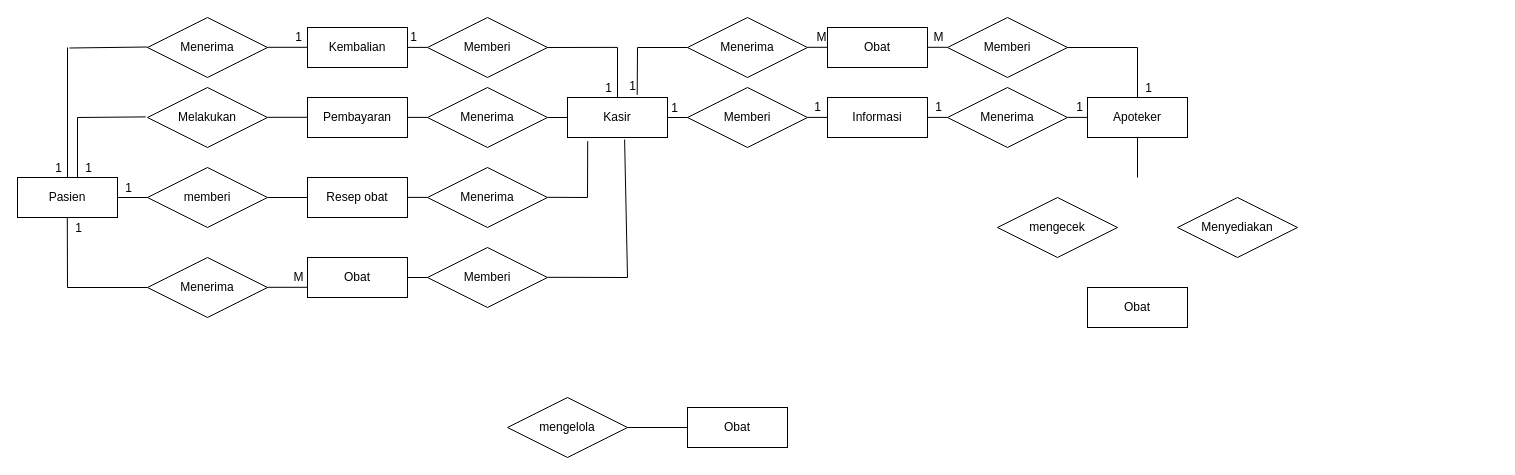
Hidayatmramon/entity-relationship-diagram keeps this draw.io diagram as apotek.drawio. Above is the earlier version. Source tidied: cells renumbered, new cells numbered last; positions are measured from the earlier drawing's top-left corner, leaving out a move shared by most shapes. Both pictures are drawn from the tidied source at 100%, with x=0, y=0 at pixel (17, 17).
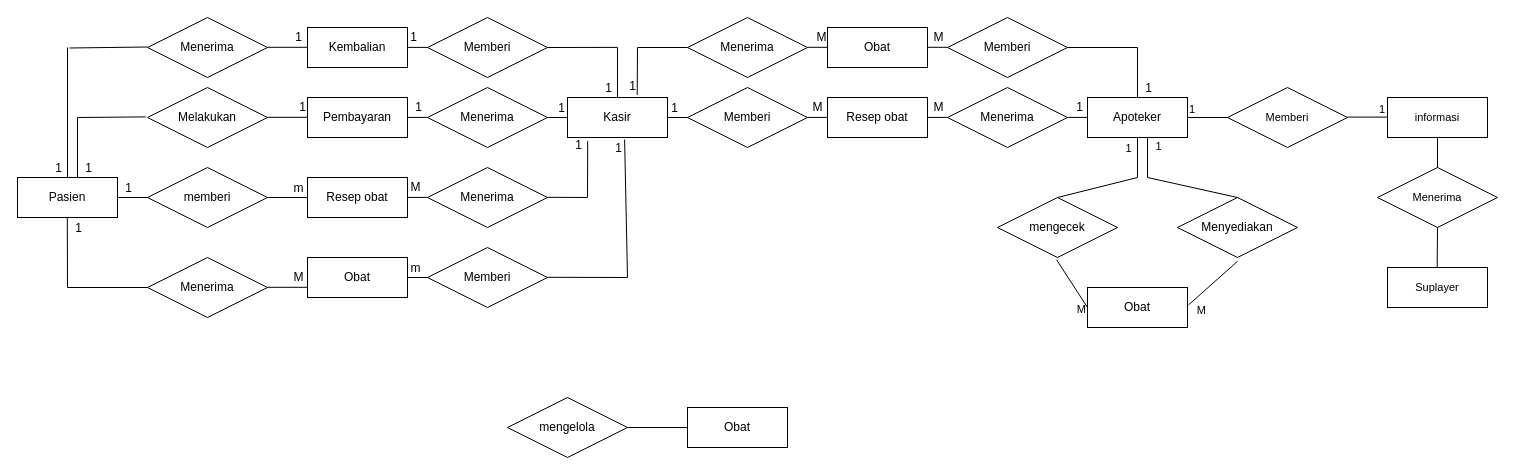
After the change.

The change refers to these unchanged cells:
```xml
<mxCell id="13" style="endArrow=none;html=1;rounded=0;exitX=1;exitY=0.5;exitDx=0;exitDy=0;entryX=0;entryY=0.5;entryDx=0;entryDy=0;" parent="1" edge="1" source="11" target="12">
  <mxGeometry relative="1" as="geometry" />
</mxCell>
<mxCell id="28" style="endArrow=none;html=1;rounded=0;exitX=1;exitY=0.5;exitDx=0;exitDy=0;entryX=0;entryY=0.5;entryDx=0;entryDy=0;" parent="1" edge="1" source="24" target="5">
  <mxGeometry relative="1" as="geometry" />
</mxCell>
<mxCell id="33" value="Apoteker" style="whiteSpace=wrap;html=1;align=center;" parent="1" vertex="1">
  <mxGeometry x="1070" y="80" width="100" height="40" as="geometry" />
</mxCell>
<mxCell id="34" value="mengecek" style="shape=rhombus;perimeter=rhombusPerimeter;whiteSpace=wrap;html=1;align=center;" parent="1" vertex="1">
  <mxGeometry x="980" y="180" width="120" height="60" as="geometry" />
</mxCell>
<mxCell id="35" value="Obat" style="whiteSpace=wrap;html=1;align=center;" parent="1" vertex="1">
  <mxGeometry x="1070" y="270" width="100" height="40" as="geometry" />
</mxCell>
<mxCell id="42" style="endArrow=none;html=1;rounded=0;exitX=1;exitY=0.5;exitDx=0;exitDy=0;entryX=0;entryY=0.5;entryDx=0;entryDy=0;" parent="1" edge="1">
  <mxGeometry relative="1" as="geometry">
    <mxPoint x="250" y="99.8" as="sourcePoint" />
    <mxPoint x="290" y="99.8" as="targetPoint" />
  </mxGeometry>
</mxCell>
<mxCell id="49" style="endArrow=none;html=1;rounded=0;" parent="1" edge="1">
  <mxGeometry relative="1" as="geometry">
    <mxPoint x="390" y="260" as="sourcePoint" />
    <mxPoint x="410" y="260" as="targetPoint" />
  </mxGeometry>
</mxCell>
<mxCell id="51" style="endArrow=none;html=1;rounded=0;" parent="1" edge="1">
  <mxGeometry relative="1" as="geometry">
    <mxPoint x="390" y="179.9" as="sourcePoint" />
    <mxPoint x="410" y="179.9" as="targetPoint" />
  </mxGeometry>
</mxCell>
<mxCell id="53" style="endArrow=none;html=1;rounded=0;" parent="1" edge="1">
  <mxGeometry relative="1" as="geometry">
    <mxPoint x="390" y="99.9" as="sourcePoint" />
    <mxPoint x="410" y="99.9" as="targetPoint" />
  </mxGeometry>
</mxCell>
<mxCell id="63" style="endArrow=none;html=1;rounded=0;entryX=0.571;entryY=1.051;entryDx=0;entryDy=0;entryPerimeter=0;" parent="1" edge="1" target="5">
  <mxGeometry relative="1" as="geometry">
    <mxPoint x="610" y="260" as="sourcePoint" />
  </mxGeometry>
</mxCell>
<mxCell id="74" style="endArrow=none;html=1;rounded=0;entryX=1;entryY=0.5;entryDx=0;entryDy=0;exitX=0;exitY=0.5;exitDx=0;exitDy=0;" parent="1" edge="1">
  <mxGeometry relative="1" as="geometry">
    <mxPoint x="810" y="99.9" as="sourcePoint" />
    <mxPoint x="790" y="99.9" as="targetPoint" />
  </mxGeometry>
</mxCell>
<mxCell id="77" style="endArrow=none;html=1;rounded=0;entryX=1;entryY=0.5;entryDx=0;entryDy=0;exitX=0;exitY=0.5;exitDx=0;exitDy=0;" parent="1" edge="1">
  <mxGeometry relative="1" as="geometry">
    <mxPoint x="930" y="99.9" as="sourcePoint" />
    <mxPoint x="910" y="99.9" as="targetPoint" />
  </mxGeometry>
</mxCell>
<mxCell id="94" value="Menyediakan" style="shape=rhombus;perimeter=rhombusPerimeter;whiteSpace=wrap;html=1;align=center;" parent="1" vertex="1">
  <mxGeometry x="1160" y="180" width="120" height="60" as="geometry" />
</mxCell>
<mxCell id="95" style="endArrow=none;html=1;rounded=0;exitX=0.5;exitY=1;exitDx=0;exitDy=0;" parent="1" edge="1" source="33">
  <mxGeometry relative="1" as="geometry">
    <mxPoint x="1120" y="160" as="targetPoint" />
  </mxGeometry>
</mxCell>
<mxCell id="101" style="endArrow=none;html=1;rounded=0;entryX=0.202;entryY=1.091;entryDx=0;entryDy=0;entryPerimeter=0;" parent="1" edge="1" target="5">
  <mxGeometry relative="1" as="geometry">
    <mxPoint x="570" y="180" as="sourcePoint" />
  </mxGeometry>
</mxCell>
```

What changed in the source:
```diff
@@
+    <mxCell id="111" value="m" style="edgeLabel;html=1;align=center;verticalAlign=middle;fontSize=12;fontFamily=Helvetica;fontColor=default;" parent="13" vertex="1">
+      <mxGeometry x="0.74" y="1" relative="1" as="geometry">
+        <mxPoint x="-5" y="-9" as="offset" />
+      </mxGeometry>
+    </mxCell>
@@
+    <mxCell id="112" value="1" style="edgeLabel;html=1;align=center;verticalAlign=middle;fontSize=12;fontFamily=Helvetica;fontColor=default;" parent="28" vertex="1">
+      <mxGeometry x="0.29" y="1" relative="1" as="geometry">
+        <mxPoint y="-9" as="offset" />
+      </mxGeometry>
+    </mxCell>
@@
-    <mxCell id="31" value="Informasi" style="whiteSpace=wrap;html=1;align=center;" parent="1" vertex="1">
+    <mxCell id="31" value="Resep obat" style="whiteSpace=wrap;html=1;align=center;" parent="1" vertex="1">
       <mxGeometry x="810" y="80" width="100" height="40" as="geometry" />
     </mxCell>
@@
+    <mxCell id="113" value="1" style="edgeLabel;html=1;align=center;verticalAlign=middle;fontSize=12;fontFamily=Helvetica;fontColor=default;" parent="42" vertex="1">
+      <mxGeometry x="0.69" y="-2" relative="1" as="geometry">
+        <mxPoint y="-12" as="offset" />
+      </mxGeometry>
+    </mxCell>
@@
+    <mxCell id="114" value="m" style="edgeLabel;html=1;align=center;verticalAlign=middle;fontSize=12;fontFamily=Helvetica;fontColor=default;" parent="49" vertex="1">
+      <mxGeometry x="-0.34" relative="1" as="geometry">
+        <mxPoint y="-10" as="offset" />
+      </mxGeometry>
+    </mxCell>
@@
+    <mxCell id="115" value="M" style="edgeLabel;html=1;align=center;verticalAlign=middle;fontSize=12;fontFamily=Helvetica;fontColor=default;" parent="51" vertex="1">
+      <mxGeometry x="-0.27" y="1" relative="1" as="geometry">
+        <mxPoint y="-9" as="offset" />
+      </mxGeometry>
+    </mxCell>
@@
+    <mxCell id="116" value="1" style="edgeLabel;html=1;align=center;verticalAlign=middle;fontSize=12;fontFamily=Helvetica;fontColor=default;" parent="53" vertex="1">
+      <mxGeometry x="-0.03" relative="1" as="geometry">
+        <mxPoint y="-10" as="offset" />
+      </mxGeometry>
+    </mxCell>
@@
+    <mxCell id="117" value="1" style="edgeLabel;html=1;align=center;verticalAlign=middle;fontSize=12;fontFamily=Helvetica;fontColor=default;" parent="63" vertex="1">
+      <mxGeometry x="0.95" y="2" relative="1" as="geometry">
+        <mxPoint x="-5" y="5" as="offset" />
+      </mxGeometry>
+    </mxCell>
@@
-    <mxCell id="76" value="1" style="edgeLabel;html=1;align=center;verticalAlign=middle;fontSize=12;fontFamily=Helvetica;fontColor=default;" parent="74" vertex="1">
+    <mxCell id="76" value="M" style="edgeLabel;html=1;align=center;verticalAlign=middle;fontSize=12;fontFamily=Helvetica;fontColor=default;" parent="74" vertex="1">
       <mxGeometry x="0.55" relative="1" as="geometry">
         <mxPoint x="5" y="-10" as="offset" />
       </mxGeometry>
     </mxCell>
@@
-    <mxCell id="79" value="1" style="edgeLabel;html=1;align=center;verticalAlign=middle;fontSize=12;fontFamily=Helvetica;fontColor=default;" parent="77" vertex="1">
+    <mxCell id="79" value="M" style="edgeLabel;html=1;align=center;verticalAlign=middle;fontSize=12;fontFamily=Helvetica;fontColor=default;" parent="77" vertex="1">
       <mxGeometry x="-0.02" y="-1" relative="1" as="geometry">
         <mxPoint y="-9" as="offset" />
       </mxGeometry>
     </mxCell>
@@
+    <mxCell id="118" value="1" style="edgeLabel;html=1;align=center;verticalAlign=middle;fontSize=11;fontFamily=Helvetica;fontColor=default;" parent="95" vertex="1">
+      <mxGeometry x="-0.85" y="-1" relative="1" as="geometry">
+        <mxPoint x="-9" y="7" as="offset" />
+      </mxGeometry>
+    </mxCell>
@@
+    <mxCell id="119" value="1" style="edgeLabel;html=1;align=center;verticalAlign=middle;fontSize=12;fontFamily=Helvetica;fontColor=default;" parent="101" vertex="1">
+      <mxGeometry x="0.88" y="-1" relative="1" as="geometry">
+        <mxPoint x="-11" as="offset" />
+      </mxGeometry>
+    </mxCell>
@@
+    <mxCell id="120" style="endArrow=none;html=1;rounded=0;exitX=0.5;exitY=1;exitDx=0;exitDy=0;" parent="1" edge="1">
+      <mxGeometry relative="1" as="geometry">
+        <mxPoint x="1130" y="120" as="sourcePoint" />
+        <mxPoint x="1130" y="160" as="targetPoint" />
+      </mxGeometry>
+    </mxCell>
+    <mxCell id="121" style="html=1;whiteSpace=wrap;align=right;verticalAlign=bottom;" parent="120" vertex="1">
+      <mxGeometry x="1" relative="1" as="geometry" />
+    </mxCell>
+    <mxCell id="122" value="1" style="edgeLabel;html=1;align=center;verticalAlign=middle;fontSize=11;fontFamily=Helvetica;fontColor=default;" parent="120" vertex="1">
+      <mxGeometry x="-0.62" y="1" relative="1" as="geometry">
+        <mxPoint x="9" as="offset" />
+      </mxGeometry>
+    </mxCell>
+    <mxCell id="123" style="endArrow=none;html=1;rounded=0;entryX=0.5;entryY=0;entryDx=0;entryDy=0;" parent="1" edge="1" target="34">
+      <mxGeometry relative="1" as="geometry">
+        <mxPoint x="1120" y="160" as="sourcePoint" />
+      </mxGeometry>
+    </mxCell>
+    <mxCell id="124" style="html=1;whiteSpace=wrap;align=right;verticalAlign=bottom;" parent="123" vertex="1">
+      <mxGeometry x="1" relative="1" as="geometry" />
+    </mxCell>
+    <mxCell id="125" style="endArrow=none;html=1;rounded=0;entryX=0.5;entryY=0;entryDx=0;entryDy=0;" parent="1" edge="1" target="94">
+      <mxGeometry relative="1" as="geometry">
+        <mxPoint x="1130" y="160" as="sourcePoint" />
+      </mxGeometry>
+    </mxCell>
+    <mxCell id="126" style="html=1;whiteSpace=wrap;align=right;verticalAlign=bottom;" parent="125" vertex="1">
+      <mxGeometry x="1" relative="1" as="geometry" />
+    </mxCell>
+    <mxCell id="127" style="endArrow=none;html=1;rounded=0;labelBackgroundColor=default;strokeColor=default;fontFamily=Helvetica;fontSize=11;fontColor=default;shape=connector;exitX=0.494;exitY=1.043;exitDx=0;exitDy=0;exitPerimeter=0;entryX=0;entryY=0.5;entryDx=0;entryDy=0;" parent="1" edge="1" source="34" target="35">
+      <mxGeometry relative="1" as="geometry" />
+    </mxCell>
+    <mxCell id="128" value="M" style="html=1;whiteSpace=wrap;align=right;verticalAlign=bottom;strokeColor=default;fontFamily=Helvetica;fontSize=11;fontColor=default;fillColor=default;" parent="127" vertex="1">
+      <mxGeometry x="1" relative="1" as="geometry">
+        <mxPoint y="10" as="offset" />
+      </mxGeometry>
+    </mxCell>
+    <mxCell id="129" style="endArrow=none;html=1;rounded=0;labelBackgroundColor=default;strokeColor=default;fontFamily=Helvetica;fontSize=11;fontColor=default;shape=connector;exitX=0.5;exitY=1.064;exitDx=0;exitDy=0;exitPerimeter=0;entryX=1.01;entryY=0.436;entryDx=0;entryDy=0;entryPerimeter=0;" parent="1" edge="1" source="94" target="35">
+      <mxGeometry relative="1" as="geometry" />
+    </mxCell>
+    <mxCell id="130" value="M" style="html=1;whiteSpace=wrap;align=right;verticalAlign=bottom;strokeColor=default;fontFamily=Helvetica;fontSize=11;fontColor=default;fillColor=default;" parent="129" vertex="1">
+      <mxGeometry x="1" relative="1" as="geometry">
+        <mxPoint x="19" y="13" as="offset" />
+      </mxGeometry>
+    </mxCell>
+    <mxCell id="131" value="Memberi" style="shape=rhombus;perimeter=rhombusPerimeter;whiteSpace=wrap;html=1;align=center;strokeColor=default;fontFamily=Helvetica;fontSize=11;fontColor=default;fillColor=default;" parent="1" vertex="1">
+      <mxGeometry x="1210" y="70" width="120" height="60" as="geometry" />
+    </mxCell>
+    <mxCell id="132" value="informasi" style="whiteSpace=wrap;html=1;align=center;strokeColor=default;fontFamily=Helvetica;fontSize=11;fontColor=default;fillColor=default;" parent="1" vertex="1">
+      <mxGeometry x="1370" y="80" width="100" height="40" as="geometry" />
+    </mxCell>
+    <mxCell id="133" value="Suplayer" style="whiteSpace=wrap;html=1;align=center;strokeColor=default;fontFamily=Helvetica;fontSize=11;fontColor=default;fillColor=default;" parent="1" vertex="1">
+      <mxGeometry x="1370" y="250" width="100" height="40" as="geometry" />
+    </mxCell>
+    <mxCell id="134" value="Menerima" style="shape=rhombus;perimeter=rhombusPerimeter;whiteSpace=wrap;html=1;align=center;strokeColor=default;fontFamily=Helvetica;fontSize=11;fontColor=default;fillColor=default;" parent="1" vertex="1">
+      <mxGeometry x="1360" y="150" width="120" height="60" as="geometry" />
+    </mxCell>
+    <mxCell id="135" style="endArrow=none;html=1;rounded=0;labelBackgroundColor=default;strokeColor=default;fontFamily=Helvetica;fontSize=11;fontColor=default;shape=connector;exitX=1;exitY=0.5;exitDx=0;exitDy=0;entryX=0;entryY=0.5;entryDx=0;entryDy=0;" parent="1" edge="1" source="33" target="131">
+      <mxGeometry relative="1" as="geometry" />
+    </mxCell>
+    <mxCell id="136" value="1" style="html=1;whiteSpace=wrap;align=left;verticalAlign=bottom;strokeColor=default;fontFamily=Helvetica;fontSize=11;fontColor=default;fillColor=default;" parent="135" vertex="1">
+      <mxGeometry x="-1" relative="1" as="geometry" />
+    </mxCell>
+    <mxCell id="137" style="html=1;whiteSpace=wrap;align=right;verticalAlign=bottom;strokeColor=default;fontFamily=Helvetica;fontSize=11;fontColor=default;fillColor=default;" parent="135" vertex="1">
+      <mxGeometry x="1" relative="1" as="geometry" />
+    </mxCell>
+    <mxCell id="138" style="endArrow=none;html=1;rounded=0;labelBackgroundColor=default;strokeColor=default;fontFamily=Helvetica;fontSize=11;fontColor=default;shape=connector;exitX=1;exitY=0.5;exitDx=0;exitDy=0;entryX=0;entryY=0.5;entryDx=0;entryDy=0;" parent="1" edge="1">
+      <mxGeometry relative="1" as="geometry">
+        <mxPoint x="1330" y="99.6" as="sourcePoint" />
+        <mxPoint x="1370" y="99.6" as="targetPoint" />
+        <Array as="points">
+          <mxPoint x="1370" y="99.6" />
+        </Array>
+      </mxGeometry>
+    </mxCell>
+    <mxCell id="139" value="1" style="html=1;whiteSpace=wrap;align=left;verticalAlign=bottom;strokeColor=default;fontFamily=Helvetica;fontSize=11;fontColor=default;fillColor=default;" parent="138" vertex="1">
+      <mxGeometry x="-1" relative="1" as="geometry">
+        <mxPoint x="30" as="offset" />
+      </mxGeometry>
+    </mxCell>
+    <mxCell id="140" style="html=1;whiteSpace=wrap;align=right;verticalAlign=bottom;strokeColor=default;fontFamily=Helvetica;fontSize=11;fontColor=default;fillColor=default;" parent="138" vertex="1">
+      <mxGeometry x="1" relative="1" as="geometry" />
+    </mxCell>
+    <mxCell id="141" style="endArrow=none;html=1;rounded=0;entryX=0.5;entryY=0;entryDx=0;entryDy=0;exitX=0.5;exitY=1;exitDx=0;exitDy=0;" parent="1" edge="1" source="132" target="134">
+      <mxGeometry relative="1" as="geometry" />
+    </mxCell>
+    <mxCell id="142" style="html=1;whiteSpace=wrap;align=right;verticalAlign=bottom;" parent="141" vertex="1">
+      <mxGeometry x="1" relative="1" as="geometry" />
+    </mxCell>
+    <mxCell id="143" style="endArrow=none;html=1;rounded=0;entryX=0.5;entryY=0;entryDx=0;entryDy=0;exitX=0.5;exitY=1;exitDx=0;exitDy=0;" parent="1" edge="1" source="134">
+      <mxGeometry relative="1" as="geometry">
+        <mxPoint x="1419.7" y="250" as="targetPoint" />
+      </mxGeometry>
+    </mxCell>
+    <mxCell id="144" style="html=1;whiteSpace=wrap;align=right;verticalAlign=bottom;" parent="143" vertex="1">
+      <mxGeometry x="1" relative="1" as="geometry" />
+    </mxCell>
```
